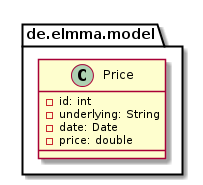
This is elmma/elmma-model/diagrams/de.elmma.model.package.png from swillrich/eimma, a PlantUML export, as it was before one commit.
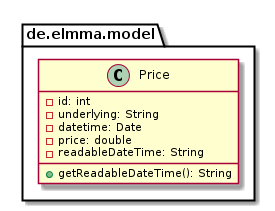
Above is the later version.

Commit message:
refactor classes, add parameter to price request and show json with human-readable datetime

Change to the diagram source:
```diff
@@ -6,8 +6,10 @@
             [[../../../de/elmma/model/Price.html]]
             -id: int
             -underlying: String
-            -date: Date
+            -datetime: Date
             -price: double
+            -readableDateTime: String
+            +getReadableDateTime(): String
         }
 
     }
```
